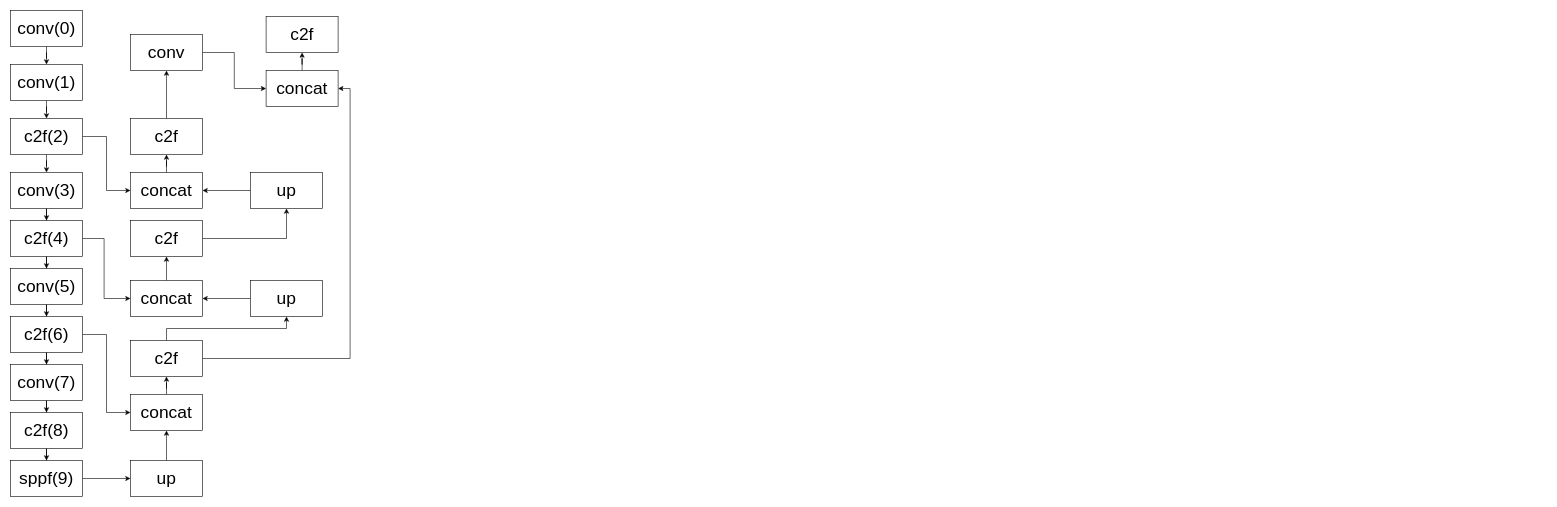
This is yolo.drawio from funkallll/deeplearning, a draw.io file, before an edit. Source tidied: cells renumbered, new cells numbered last; positions are measured from the earlier drawing's top-left corner, leaving out a move shared by most shapes. Both pictures are drawn from the tidied source at 60%, with x=0, y=0 at pixel (10, 10).
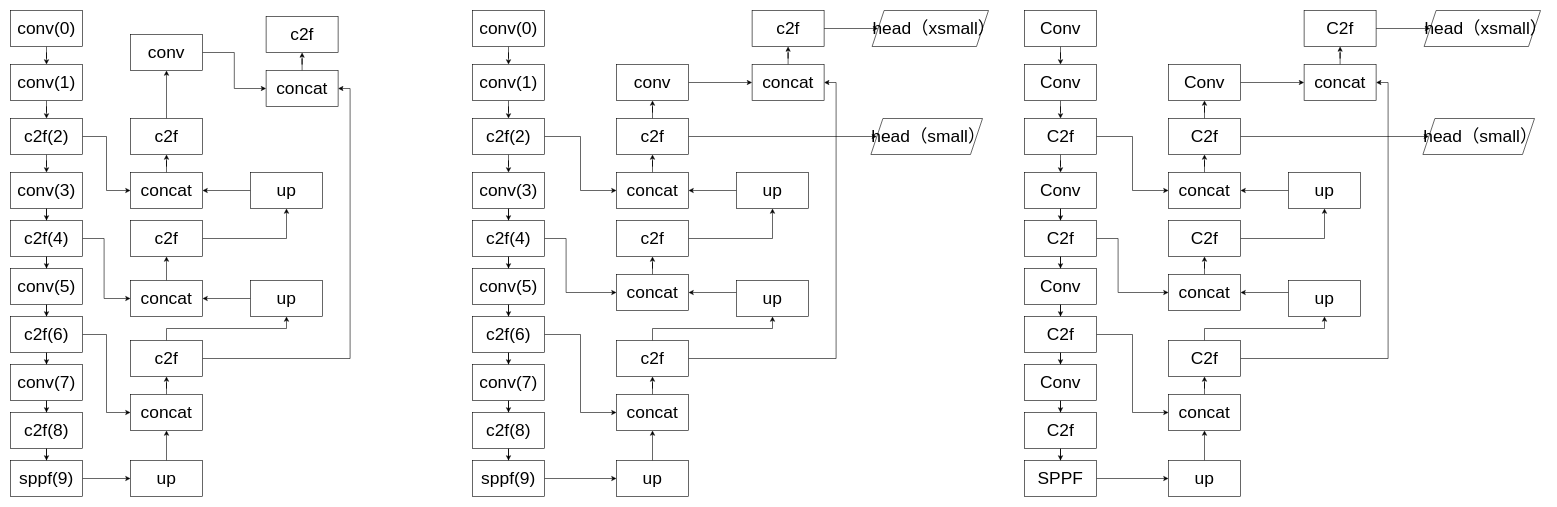
The same diagram, later.

Change to the diagram source:
```diff
@@
+    <mxCell id="49" style="edgeStyle=orthogonalEdgeStyle;rounded=0;jettySize=auto;html=1;fontSize=29;" parent="1" edge="1" source="50" target="52">
+      <mxGeometry relative="1" as="geometry" />
+    </mxCell>
+    <mxCell id="50" value="conv(0)" style="rounded=0;whiteSpace=wrap;html=1;fontSize=29;" parent="1" vertex="1">
+      <mxGeometry x="770" width="120" height="60" as="geometry" />
+    </mxCell>
+    <mxCell id="51" style="edgeStyle=orthogonalEdgeStyle;rounded=0;jettySize=auto;html=1;fontSize=29;" parent="1" edge="1" source="52" target="55">
+      <mxGeometry relative="1" as="geometry" />
+    </mxCell>
+    <mxCell id="52" value="conv(1)" style="rounded=0;whiteSpace=wrap;html=1;fontSize=29;" parent="1" vertex="1">
+      <mxGeometry x="770" y="90" width="120" height="60" as="geometry" />
+    </mxCell>
+    <mxCell id="53" style="edgeStyle=orthogonalEdgeStyle;rounded=0;jettySize=auto;html=1;fontSize=29;" parent="1" edge="1" source="55" target="57">
+      <mxGeometry relative="1" as="geometry" />
+    </mxCell>
+    <mxCell id="54" style="edgeStyle=orthogonalEdgeStyle;rounded=0;jettySize=auto;html=1;entryX=0;entryY=0.5;entryDx=0;entryDy=0;" parent="1" edge="1" source="55" target="88">
+      <mxGeometry relative="1" as="geometry" />
+    </mxCell>
+    <mxCell id="55" value="c2f(2)" style="rounded=0;whiteSpace=wrap;html=1;fontSize=29;" parent="1" vertex="1">
+      <mxGeometry x="770" y="180" width="120" height="60" as="geometry" />
+    </mxCell>
+    <mxCell id="56" style="edgeStyle=orthogonalEdgeStyle;rounded=0;jettySize=auto;html=1;fontSize=29;" parent="1" edge="1" source="57" target="60">
+      <mxGeometry relative="1" as="geometry" />
+    </mxCell>
+    <mxCell id="57" value="conv(3)" style="rounded=0;whiteSpace=wrap;html=1;fontSize=29;" parent="1" vertex="1">
+      <mxGeometry x="770" y="270" width="120" height="60" as="geometry" />
+    </mxCell>
+    <mxCell id="58" style="edgeStyle=orthogonalEdgeStyle;rounded=0;jettySize=auto;html=1;fontSize=29;" parent="1" edge="1" source="60" target="62">
+      <mxGeometry relative="1" as="geometry" />
+    </mxCell>
+    <mxCell id="59" style="edgeStyle=orthogonalEdgeStyle;rounded=0;jettySize=auto;html=1;entryX=0;entryY=0.5;entryDx=0;entryDy=0;" parent="1" edge="1" source="60" target="79">
+      <mxGeometry relative="1" as="geometry">
+        <Array as="points">
+          <mxPoint x="926" y="380" />
+          <mxPoint x="926" y="470" />
+        </Array>
+      </mxGeometry>
+    </mxCell>
+    <mxCell id="60" value="c2f(4)" style="rounded=0;whiteSpace=wrap;html=1;fontSize=29;" parent="1" vertex="1">
+      <mxGeometry x="770" y="350" width="120" height="60" as="geometry" />
+    </mxCell>
+    <mxCell id="61" style="edgeStyle=orthogonalEdgeStyle;rounded=0;jettySize=auto;html=1;fontSize=29;" parent="1" edge="1" source="62" target="65">
+      <mxGeometry relative="1" as="geometry" />
+    </mxCell>
+    <mxCell id="62" value="conv(5)" style="rounded=0;whiteSpace=wrap;html=1;fontSize=29;" parent="1" vertex="1">
+      <mxGeometry x="770" y="430" width="120" height="60" as="geometry" />
+    </mxCell>
+    <mxCell id="63" style="edgeStyle=orthogonalEdgeStyle;rounded=0;jettySize=auto;html=1;fontSize=29;" parent="1" edge="1" source="65" target="67">
+      <mxGeometry relative="1" as="geometry" />
+    </mxCell>
+    <mxCell id="64" style="edgeStyle=orthogonalEdgeStyle;rounded=0;jettySize=auto;html=1;entryX=0;entryY=0.5;entryDx=0;entryDy=0;" parent="1" edge="1" source="65" target="75">
+      <mxGeometry relative="1" as="geometry" />
+    </mxCell>
+    <mxCell id="65" value="c2f(6)" style="rounded=0;whiteSpace=wrap;html=1;fontSize=29;" parent="1" vertex="1">
+      <mxGeometry x="770" y="510" width="120" height="60" as="geometry" />
+    </mxCell>
+    <mxCell id="66" style="edgeStyle=orthogonalEdgeStyle;rounded=0;jettySize=auto;html=1;fontSize=29;" parent="1" edge="1" source="67" target="69">
+      <mxGeometry relative="1" as="geometry" />
+    </mxCell>
+    <mxCell id="67" value="conv(7)" style="rounded=0;whiteSpace=wrap;html=1;fontSize=29;" parent="1" vertex="1">
+      <mxGeometry x="770" y="590" width="120" height="60" as="geometry" />
+    </mxCell>
+    <mxCell id="68" style="edgeStyle=orthogonalEdgeStyle;rounded=0;jettySize=auto;html=1;fontSize=29;" parent="1" edge="1" source="69" target="71">
+      <mxGeometry relative="1" as="geometry" />
+    </mxCell>
+    <mxCell id="69" value="c2f(8)" style="rounded=0;whiteSpace=wrap;html=1;fontSize=29;" parent="1" vertex="1">
+      <mxGeometry x="770" y="670" width="120" height="60" as="geometry" />
+    </mxCell>
+    <mxCell id="70" style="edgeStyle=orthogonalEdgeStyle;rounded=0;jettySize=auto;html=1;" parent="1" edge="1" source="71" target="73">
+      <mxGeometry relative="1" as="geometry" />
+    </mxCell>
+    <mxCell id="71" value="sppf(9)" style="rounded=0;whiteSpace=wrap;html=1;fontSize=29;" parent="1" vertex="1">
+      <mxGeometry x="770" y="750" width="120" height="60" as="geometry" />
+    </mxCell>
+    <mxCell id="72" style="edgeStyle=orthogonalEdgeStyle;rounded=0;jettySize=auto;html=1;entryX=0.5;entryY=1;entryDx=0;entryDy=0;" parent="1" edge="1" source="73" target="75">
+      <mxGeometry relative="1" as="geometry" />
+    </mxCell>
+    <mxCell id="73" value="up" style="whiteSpace=wrap;html=1;fontSize=29;rounded=0;" parent="1" vertex="1">
+      <mxGeometry x="1010" y="750" width="120" height="60" as="geometry" />
+    </mxCell>
+    <mxCell id="74" style="edgeStyle=orthogonalEdgeStyle;rounded=0;jettySize=auto;html=1;" parent="1" edge="1" source="75" target="86">
+      <mxGeometry relative="1" as="geometry" />
+    </mxCell>
+    <mxCell id="75" value="concat" style="whiteSpace=wrap;html=1;fontSize=29;rounded=0;" parent="1" vertex="1">
+      <mxGeometry x="1010" y="640" width="120" height="60" as="geometry" />
+    </mxCell>
+    <mxCell id="76" style="edgeStyle=orthogonalEdgeStyle;rounded=0;jettySize=auto;html=1;entryX=1;entryY=0.5;entryDx=0;entryDy=0;" parent="1" edge="1" source="77" target="79">
+      <mxGeometry relative="1" as="geometry">
+        <Array as="points">
+          <mxPoint x="1256" y="480" />
+        </Array>
+      </mxGeometry>
+    </mxCell>
+    <mxCell id="77" value="up" style="whiteSpace=wrap;html=1;fontSize=29;rounded=0;" parent="1" vertex="1">
+      <mxGeometry x="1210" y="450" width="120" height="60" as="geometry" />
+    </mxCell>
+    <mxCell id="78" style="edgeStyle=orthogonalEdgeStyle;rounded=0;jettySize=auto;html=1;" parent="1" edge="1" source="79" target="81">
+      <mxGeometry relative="1" as="geometry" />
+    </mxCell>
+    <mxCell id="79" value="concat" style="rounded=0;whiteSpace=wrap;html=1;fontSize=29;" parent="1" vertex="1">
+      <mxGeometry x="1010" y="440" width="120" height="60" as="geometry" />
+    </mxCell>
+    <mxCell id="80" style="edgeStyle=orthogonalEdgeStyle;rounded=0;jettySize=auto;html=1;entryX=0.5;entryY=1;entryDx=0;entryDy=0;" parent="1" edge="1" source="81" target="83">
+      <mxGeometry relative="1" as="geometry" />
+    </mxCell>
+    <mxCell id="81" value="c2f" style="rounded=0;whiteSpace=wrap;html=1;fontSize=29;" parent="1" vertex="1">
+      <mxGeometry x="1010" y="350" width="120" height="60" as="geometry" />
+    </mxCell>
+    <mxCell id="82" style="edgeStyle=orthogonalEdgeStyle;rounded=0;jettySize=auto;html=1;" parent="1" edge="1" source="83" target="88">
+      <mxGeometry relative="1" as="geometry" />
+    </mxCell>
+    <mxCell id="83" value="up" style="rounded=0;whiteSpace=wrap;html=1;fontSize=29;" parent="1" vertex="1">
+      <mxGeometry x="1210" y="270" width="120" height="60" as="geometry" />
+    </mxCell>
+    <mxCell id="84" style="edgeStyle=orthogonalEdgeStyle;rounded=0;jettySize=auto;html=1;entryX=0.5;entryY=1;entryDx=0;entryDy=0;exitX=0.5;exitY=0;exitDx=0;exitDy=0;" parent="1" edge="1" source="86" target="77">
+      <mxGeometry relative="1" as="geometry">
+        <Array as="points">
+          <mxPoint x="1070" y="530" />
+          <mxPoint x="1270" y="530" />
+        </Array>
+      </mxGeometry>
+    </mxCell>
+    <mxCell id="85" style="edgeStyle=orthogonalEdgeStyle;rounded=0;jettySize=auto;html=1;entryX=1;entryY=0.5;entryDx=0;entryDy=0;" parent="1" edge="1" source="86" target="95">
+      <mxGeometry relative="1" as="geometry" />
+    </mxCell>
+    <mxCell id="86" value="c2f" style="whiteSpace=wrap;html=1;fontSize=29;rounded=0;" parent="1" vertex="1">
+      <mxGeometry x="1010" y="550" width="120" height="60" as="geometry" />
+    </mxCell>
+    <mxCell id="87" style="edgeStyle=orthogonalEdgeStyle;rounded=0;jettySize=auto;html=1;" parent="1" edge="1" source="88" target="91">
+      <mxGeometry relative="1" as="geometry" />
+    </mxCell>
+    <mxCell id="88" value="concat" style="rounded=0;whiteSpace=wrap;html=1;fontSize=29;" parent="1" vertex="1">
+      <mxGeometry x="1010" y="270" width="120" height="60" as="geometry" />
+    </mxCell>
+    <mxCell id="89" style="edgeStyle=orthogonalEdgeStyle;rounded=0;jettySize=auto;html=1;" parent="1" edge="1" source="91" target="93">
+      <mxGeometry relative="1" as="geometry" />
+    </mxCell>
+    <mxCell id="90" style="edgeStyle=orthogonalEdgeStyle;rounded=0;jettySize=auto;html=1;" parent="1" edge="1" source="91" target="99">
+      <mxGeometry relative="1" as="geometry" />
+    </mxCell>
+    <mxCell id="91" value="c2f" style="rounded=0;whiteSpace=wrap;html=1;fontSize=29;" parent="1" vertex="1">
+      <mxGeometry x="1010" y="180" width="120" height="60" as="geometry" />
+    </mxCell>
+    <mxCell id="92" style="edgeStyle=orthogonalEdgeStyle;rounded=0;jettySize=auto;html=1;" parent="1" edge="1" source="93" target="95">
+      <mxGeometry relative="1" as="geometry" />
+    </mxCell>
+    <mxCell id="93" value="conv" style="rounded=0;whiteSpace=wrap;html=1;fontSize=29;" parent="1" vertex="1">
+      <mxGeometry x="1010" y="90" width="120" height="60" as="geometry" />
+    </mxCell>
+    <mxCell id="94" style="edgeStyle=orthogonalEdgeStyle;rounded=0;jettySize=auto;html=1;" parent="1" edge="1" source="95" target="97">
+      <mxGeometry relative="1" as="geometry" />
+    </mxCell>
+    <mxCell id="95" value="concat" style="rounded=0;whiteSpace=wrap;html=1;fontSize=29;" parent="1" vertex="1">
+      <mxGeometry x="1236" y="90" width="120" height="60" as="geometry" />
+    </mxCell>
+    <mxCell id="96" style="edgeStyle=orthogonalEdgeStyle;rounded=0;jettySize=auto;html=1;" parent="1" edge="1" source="97" target="98">
+      <mxGeometry relative="1" as="geometry" />
+    </mxCell>
+    <mxCell id="97" value="c2f" style="rounded=0;whiteSpace=wrap;html=1;fontSize=29;" parent="1" vertex="1">
+      <mxGeometry x="1236" width="120" height="60" as="geometry" />
+    </mxCell>
+    <mxCell id="98" value="head（xsmall）" style="shape=parallelogram;perimeter=parallelogramPerimeter;whiteSpace=wrap;html=1;fixedSize=1;fontSize=29;rounded=0;" parent="1" vertex="1">
+      <mxGeometry x="1436" width="194" height="60" as="geometry" />
+    </mxCell>
+    <mxCell id="99" value="head（small）" style="shape=parallelogram;perimeter=parallelogramPerimeter;whiteSpace=wrap;html=1;fixedSize=1;fontSize=29;rounded=0;" parent="1" vertex="1">
+      <mxGeometry x="1434" y="180" width="186" height="60" as="geometry" />
+    </mxCell>
+    <mxCell id="100" style="edgeStyle=orthogonalEdgeStyle;rounded=0;jettySize=auto;html=1;fontSize=29;" parent="1" edge="1" source="101" target="103">
+      <mxGeometry relative="1" as="geometry" />
+    </mxCell>
+    <mxCell id="101" value="Conv" style="rounded=0;whiteSpace=wrap;html=1;fontSize=29;" parent="1" vertex="1">
+      <mxGeometry x="1690" width="120" height="60" as="geometry" />
+    </mxCell>
+    <mxCell id="102" style="edgeStyle=orthogonalEdgeStyle;rounded=0;jettySize=auto;html=1;fontSize=29;" parent="1" edge="1" source="103" target="106">
+      <mxGeometry relative="1" as="geometry" />
+    </mxCell>
+    <mxCell id="103" value="Conv" style="rounded=0;whiteSpace=wrap;html=1;fontSize=29;" parent="1" vertex="1">
+      <mxGeometry x="1690" y="90" width="120" height="60" as="geometry" />
+    </mxCell>
+    <mxCell id="104" style="edgeStyle=orthogonalEdgeStyle;rounded=0;jettySize=auto;html=1;fontSize=29;" parent="1" edge="1" source="106" target="108">
+      <mxGeometry relative="1" as="geometry" />
+    </mxCell>
+    <mxCell id="105" style="edgeStyle=orthogonalEdgeStyle;rounded=0;jettySize=auto;html=1;entryX=0;entryY=0.5;entryDx=0;entryDy=0;" parent="1" edge="1" source="106" target="139">
+      <mxGeometry relative="1" as="geometry" />
+    </mxCell>
+    <mxCell id="106" value="C2f" style="rounded=0;whiteSpace=wrap;html=1;fontSize=29;" parent="1" vertex="1">
+      <mxGeometry x="1690" y="180" width="120" height="60" as="geometry" />
+    </mxCell>
+    <mxCell id="107" style="edgeStyle=orthogonalEdgeStyle;rounded=0;jettySize=auto;html=1;fontSize=29;" parent="1" edge="1" source="108" target="111">
+      <mxGeometry relative="1" as="geometry" />
+    </mxCell>
+    <mxCell id="108" value="Conv" style="rounded=0;whiteSpace=wrap;html=1;fontSize=29;" parent="1" vertex="1">
+      <mxGeometry x="1690" y="270" width="120" height="60" as="geometry" />
+    </mxCell>
+    <mxCell id="109" style="edgeStyle=orthogonalEdgeStyle;rounded=0;jettySize=auto;html=1;fontSize=29;" parent="1" edge="1" source="111" target="113">
+      <mxGeometry relative="1" as="geometry" />
+    </mxCell>
+    <mxCell id="110" style="edgeStyle=orthogonalEdgeStyle;rounded=0;jettySize=auto;html=1;entryX=0;entryY=0.5;entryDx=0;entryDy=0;" parent="1" edge="1" source="111" target="130">
+      <mxGeometry relative="1" as="geometry">
+        <Array as="points">
+          <mxPoint x="1846" y="380" />
+          <mxPoint x="1846" y="470" />
+        </Array>
+      </mxGeometry>
+    </mxCell>
+    <mxCell id="111" value="C2f" style="rounded=0;whiteSpace=wrap;html=1;fontSize=29;" parent="1" vertex="1">
+      <mxGeometry x="1690" y="350" width="120" height="60" as="geometry" />
+    </mxCell>
+    <mxCell id="112" style="edgeStyle=orthogonalEdgeStyle;rounded=0;jettySize=auto;html=1;fontSize=29;" parent="1" edge="1" source="113" target="116">
+      <mxGeometry relative="1" as="geometry" />
+    </mxCell>
+    <mxCell id="113" value="Conv" style="rounded=0;whiteSpace=wrap;html=1;fontSize=29;" parent="1" vertex="1">
+      <mxGeometry x="1690" y="430" width="120" height="60" as="geometry" />
+    </mxCell>
+    <mxCell id="114" style="edgeStyle=orthogonalEdgeStyle;rounded=0;jettySize=auto;html=1;fontSize=29;" parent="1" edge="1" source="116" target="118">
+      <mxGeometry relative="1" as="geometry" />
+    </mxCell>
+    <mxCell id="115" style="edgeStyle=orthogonalEdgeStyle;rounded=0;jettySize=auto;html=1;entryX=0;entryY=0.5;entryDx=0;entryDy=0;" parent="1" edge="1" source="116" target="126">
+      <mxGeometry relative="1" as="geometry" />
+    </mxCell>
+    <mxCell id="116" value="C2f" style="rounded=0;whiteSpace=wrap;html=1;fontSize=29;" parent="1" vertex="1">
+      <mxGeometry x="1690" y="510" width="120" height="60" as="geometry" />
+    </mxCell>
+    <mxCell id="117" style="edgeStyle=orthogonalEdgeStyle;rounded=0;jettySize=auto;html=1;fontSize=29;" parent="1" edge="1" source="118" target="120">
+      <mxGeometry relative="1" as="geometry" />
+    </mxCell>
+    <mxCell id="118" value="Conv" style="rounded=0;whiteSpace=wrap;html=1;fontSize=29;" parent="1" vertex="1">
+      <mxGeometry x="1690" y="590" width="120" height="60" as="geometry" />
+    </mxCell>
+    <mxCell id="119" style="edgeStyle=orthogonalEdgeStyle;rounded=0;jettySize=auto;html=1;fontSize=29;" parent="1" edge="1" source="120" target="122">
+      <mxGeometry relative="1" as="geometry" />
+    </mxCell>
+    <mxCell id="120" value="C2f" style="rounded=0;whiteSpace=wrap;html=1;fontSize=29;" parent="1" vertex="1">
+      <mxGeometry x="1690" y="670" width="120" height="60" as="geometry" />
+    </mxCell>
+    <mxCell id="121" style="edgeStyle=orthogonalEdgeStyle;rounded=0;jettySize=auto;html=1;" parent="1" edge="1" source="122" target="124">
+      <mxGeometry relative="1" as="geometry" />
+    </mxCell>
+    <mxCell id="122" value="SPPF" style="rounded=0;whiteSpace=wrap;html=1;fontSize=29;" parent="1" vertex="1">
+      <mxGeometry x="1690" y="750" width="120" height="60" as="geometry" />
+    </mxCell>
+    <mxCell id="123" style="edgeStyle=orthogonalEdgeStyle;rounded=0;jettySize=auto;html=1;entryX=0.5;entryY=1;entryDx=0;entryDy=0;" parent="1" edge="1" source="124" target="126">
+      <mxGeometry relative="1" as="geometry" />
+    </mxCell>
+    <mxCell id="124" value="up" style="whiteSpace=wrap;html=1;fontSize=29;rounded=0;" parent="1" vertex="1">
+      <mxGeometry x="1930" y="750" width="120" height="60" as="geometry" />
+    </mxCell>
+    <mxCell id="125" style="edgeStyle=orthogonalEdgeStyle;rounded=0;jettySize=auto;html=1;" parent="1" edge="1" source="126" target="137">
+      <mxGeometry relative="1" as="geometry" />
+    </mxCell>
+    <mxCell id="126" value="concat" style="whiteSpace=wrap;html=1;fontSize=29;rounded=0;" parent="1" vertex="1">
+      <mxGeometry x="1930" y="640" width="120" height="60" as="geometry" />
+    </mxCell>
+    <mxCell id="127" style="edgeStyle=orthogonalEdgeStyle;rounded=0;jettySize=auto;html=1;entryX=1;entryY=0.5;entryDx=0;entryDy=0;" parent="1" edge="1" source="128" target="130">
+      <mxGeometry relative="1" as="geometry">
+        <Array as="points">
+          <mxPoint x="2176" y="480" />
+        </Array>
+      </mxGeometry>
+    </mxCell>
+    <mxCell id="128" value="up" style="whiteSpace=wrap;html=1;fontSize=29;rounded=0;" parent="1" vertex="1">
+      <mxGeometry x="2130" y="450" width="120" height="60" as="geometry" />
+    </mxCell>
+    <mxCell id="129" style="edgeStyle=orthogonalEdgeStyle;rounded=0;jettySize=auto;html=1;" parent="1" edge="1" source="130" target="132">
+      <mxGeometry relative="1" as="geometry" />
+    </mxCell>
+    <mxCell id="130" value="concat" style="rounded=0;whiteSpace=wrap;html=1;fontSize=29;" parent="1" vertex="1">
+      <mxGeometry x="1930" y="440" width="120" height="60" as="geometry" />
+    </mxCell>
+    <mxCell id="131" style="edgeStyle=orthogonalEdgeStyle;rounded=0;jettySize=auto;html=1;entryX=0.5;entryY=1;entryDx=0;entryDy=0;" parent="1" edge="1" source="132" target="134">
+      <mxGeometry relative="1" as="geometry" />
+    </mxCell>
+    <mxCell id="132" value="C2f" style="rounded=0;whiteSpace=wrap;html=1;fontSize=29;" parent="1" vertex="1">
+      <mxGeometry x="1930" y="350" width="120" height="60" as="geometry" />
+    </mxCell>
+    <mxCell id="133" style="edgeStyle=orthogonalEdgeStyle;rounded=0;jettySize=auto;html=1;" parent="1" edge="1" source="134" target="139">
+      <mxGeometry relative="1" as="geometry" />
+    </mxCell>
+    <mxCell id="134" value="up" style="rounded=0;whiteSpace=wrap;html=1;fontSize=29;" parent="1" vertex="1">
+      <mxGeometry x="2130" y="270" width="120" height="60" as="geometry" />
+    </mxCell>
+    <mxCell id="135" style="edgeStyle=orthogonalEdgeStyle;rounded=0;jettySize=auto;html=1;entryX=0.5;entryY=1;entryDx=0;entryDy=0;exitX=0.5;exitY=0;exitDx=0;exitDy=0;" parent="1" edge="1" source="137" target="128">
+      <mxGeometry relative="1" as="geometry">
+        <Array as="points">
+          <mxPoint x="1990" y="530" />
+          <mxPoint x="2190" y="530" />
+        </Array>
+      </mxGeometry>
+    </mxCell>
+    <mxCell id="136" style="edgeStyle=orthogonalEdgeStyle;rounded=0;jettySize=auto;html=1;entryX=1;entryY=0.5;entryDx=0;entryDy=0;" parent="1" edge="1" source="137" target="146">
+      <mxGeometry relative="1" as="geometry" />
+    </mxCell>
+    <mxCell id="137" value="C2f" style="whiteSpace=wrap;html=1;fontSize=29;rounded=0;" parent="1" vertex="1">
+      <mxGeometry x="1930" y="550" width="120" height="60" as="geometry" />
+    </mxCell>
+    <mxCell id="138" style="edgeStyle=orthogonalEdgeStyle;rounded=0;jettySize=auto;html=1;" parent="1" edge="1" source="139" target="142">
+      <mxGeometry relative="1" as="geometry" />
+    </mxCell>
+    <mxCell id="139" value="concat" style="rounded=0;whiteSpace=wrap;html=1;fontSize=29;" parent="1" vertex="1">
+      <mxGeometry x="1930" y="270" width="120" height="60" as="geometry" />
+    </mxCell>
+    <mxCell id="140" style="edgeStyle=orthogonalEdgeStyle;rounded=0;jettySize=auto;html=1;" parent="1" edge="1" source="142" target="144">
+      <mxGeometry relative="1" as="geometry" />
+    </mxCell>
+    <mxCell id="141" style="edgeStyle=orthogonalEdgeStyle;rounded=0;jettySize=auto;html=1;" parent="1" edge="1" source="142" target="150">
+      <mxGeometry relative="1" as="geometry" />
+    </mxCell>
+    <mxCell id="142" value="C2f" style="rounded=0;whiteSpace=wrap;html=1;fontSize=29;" parent="1" vertex="1">
+      <mxGeometry x="1930" y="180" width="120" height="60" as="geometry" />
+    </mxCell>
+    <mxCell id="143" style="edgeStyle=orthogonalEdgeStyle;rounded=0;jettySize=auto;html=1;" parent="1" edge="1" source="144" target="146">
+      <mxGeometry relative="1" as="geometry" />
+    </mxCell>
+    <mxCell id="144" value="Conv" style="rounded=0;whiteSpace=wrap;html=1;fontSize=29;" parent="1" vertex="1">
+      <mxGeometry x="1930" y="90" width="120" height="60" as="geometry" />
+    </mxCell>
+    <mxCell id="145" style="edgeStyle=orthogonalEdgeStyle;rounded=0;jettySize=auto;html=1;" parent="1" edge="1" source="146" target="148">
+      <mxGeometry relative="1" as="geometry" />
+    </mxCell>
+    <mxCell id="146" value="concat" style="rounded=0;whiteSpace=wrap;html=1;fontSize=29;" parent="1" vertex="1">
+      <mxGeometry x="2156" y="90" width="120" height="60" as="geometry" />
+    </mxCell>
+    <mxCell id="147" style="edgeStyle=orthogonalEdgeStyle;rounded=0;jettySize=auto;html=1;" parent="1" edge="1" source="148" target="149">
+      <mxGeometry relative="1" as="geometry" />
+    </mxCell>
+    <mxCell id="148" value="C2f" style="rounded=0;whiteSpace=wrap;html=1;fontSize=29;" parent="1" vertex="1">
+      <mxGeometry x="2156" width="120" height="60" as="geometry" />
+    </mxCell>
+    <mxCell id="149" value="head（xsmall）" style="shape=parallelogram;perimeter=parallelogramPerimeter;whiteSpace=wrap;html=1;fixedSize=1;fontSize=29;rounded=0;" parent="1" vertex="1">
+      <mxGeometry x="2356" width="194" height="60" as="geometry" />
+    </mxCell>
+    <mxCell id="150" value="head（small）" style="shape=parallelogram;perimeter=parallelogramPerimeter;whiteSpace=wrap;html=1;fixedSize=1;fontSize=29;rounded=0;" parent="1" vertex="1">
+      <mxGeometry x="2354" y="180" width="186" height="60" as="geometry" />
+    </mxCell>
```
